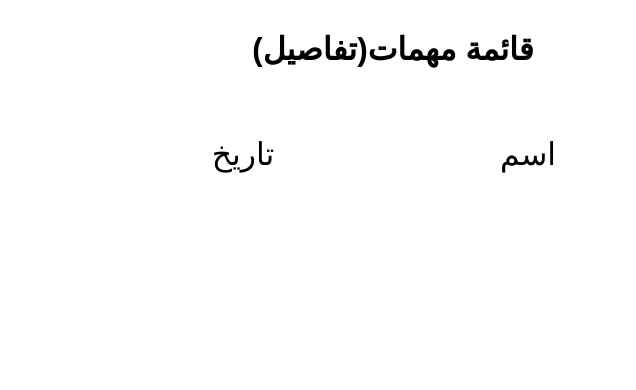
Earlier version of the draw.io diagram page "TaskList Details" (2 of 3) of ToDoList App.drawio (AbdallahDaradkeh-1/ToDoList-App). Source tidied: cells renumbered, new cells numbered last; positions are measured from the earlier drawing's top-left corner, leaving out a move shared by most shapes. Both pictures are drawn from the tidied source at 150%, with x=0, y=0 at pixel (160, 26).
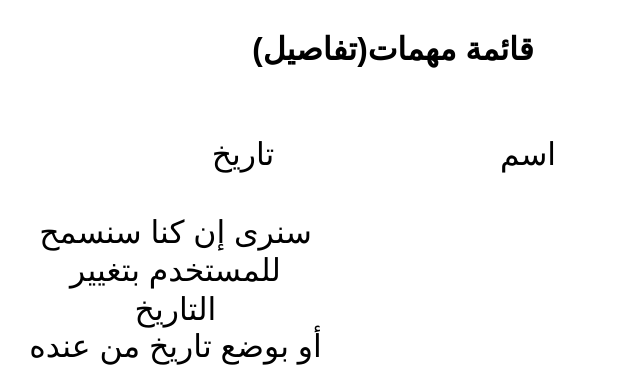
The same diagram, later.

The edit, as a diff of the source:
```diff
@@
 <mxGraphModel>
   <root>
     <mxCell id="0" />
     <mxCell id="1" parent="0" />
     <mxCell id="2" value="&lt;span style=&quot;font-size: 21px;&quot;&gt;&lt;b&gt;(تفاصيل)قائمة مهمات&lt;/b&gt;&lt;/span&gt;" style="text;html=1;whiteSpace=wrap;strokeColor=none;fillColor=none;align=center;verticalAlign=middle;rounded=0;" parent="1" vertex="1">
       <mxGeometry x="60" width="190" height="30" as="geometry" />
     </mxCell>
     <mxCell id="3" value="&lt;span style=&quot;font-size: 21px;&quot;&gt;اسم&lt;/span&gt;" style="text;html=1;whiteSpace=wrap;strokeColor=none;fillColor=none;align=center;verticalAlign=middle;rounded=0;" parent="1" vertex="1">
       <mxGeometry x="190" y="70" width="110" height="30" as="geometry" />
     </mxCell>
     <mxCell id="4" value="&lt;span style=&quot;font-size: 21px;&quot;&gt;تاريخ&lt;/span&gt;" style="text;html=1;whiteSpace=wrap;strokeColor=none;fillColor=none;align=center;verticalAlign=middle;rounded=0;" parent="1" vertex="1">
       <mxGeometry y="70" width="110" height="30" as="geometry" />
     </mxCell>
+    <mxCell id="5" value="&lt;span style=&quot;font-size: 21px;&quot;&gt;سنرى إن كنا سنسمح للمستخدم بتغيير التاريخ&lt;br&gt;أو بوضع تاريخ من عنده&lt;/span&gt;" style="text;html=1;whiteSpace=wrap;strokeColor=none;fillColor=none;align=center;verticalAlign=middle;rounded=0;" parent="1" vertex="1">
+      <mxGeometry x="-90" y="160" width="200" height="30" as="geometry" />
+    </mxCell>
   </root>
 </mxGraphModel>
```
